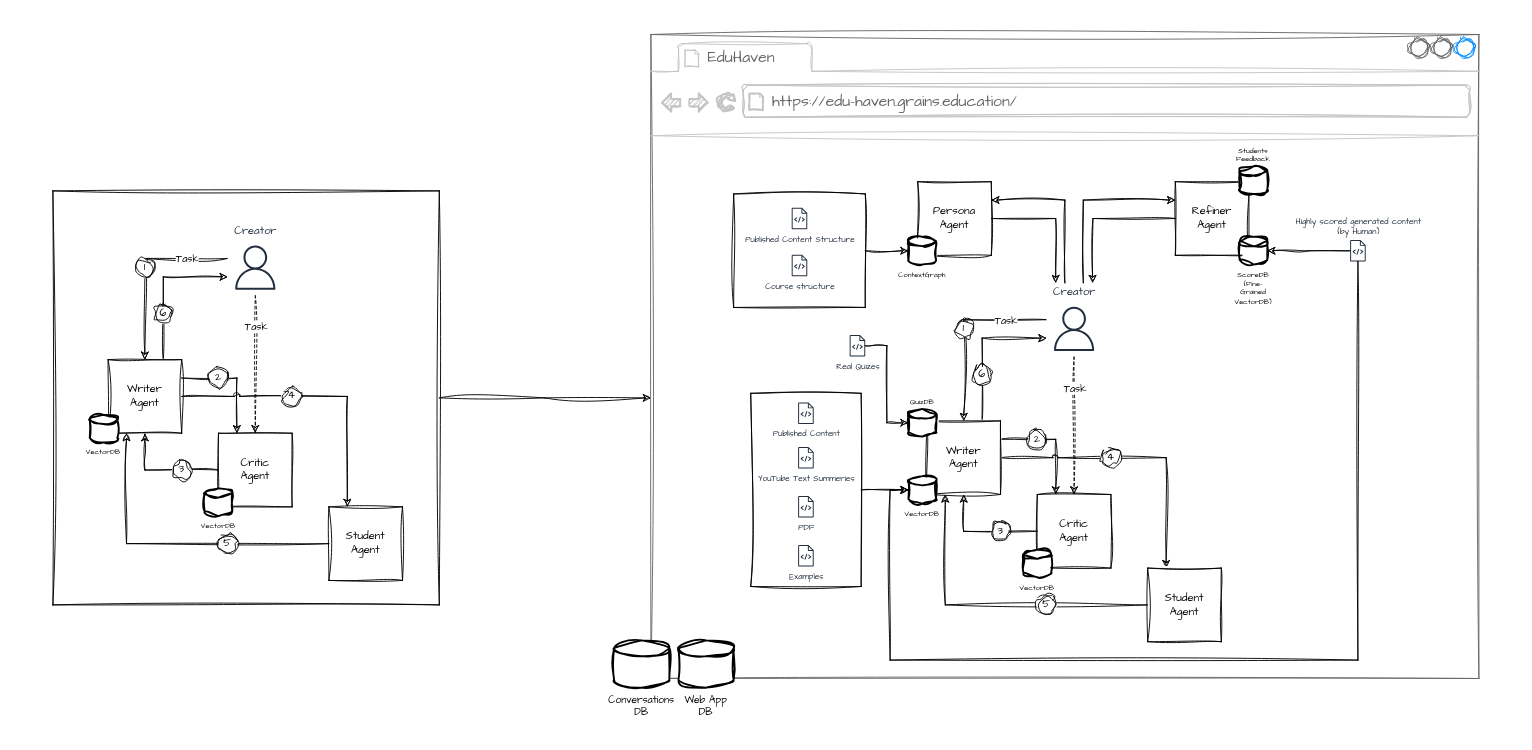
Above: docs/architecture.drawio in MI4People/grains (draw.io), before the change. Source tidied: cells renumbered, new cells numbered last; positions are measured from the earlier drawing's top-left corner, leaving out a move shared by most shapes. Both pictures are drawn from the tidied source at 92%, with x=0, y=0 at pixel (52, 34).
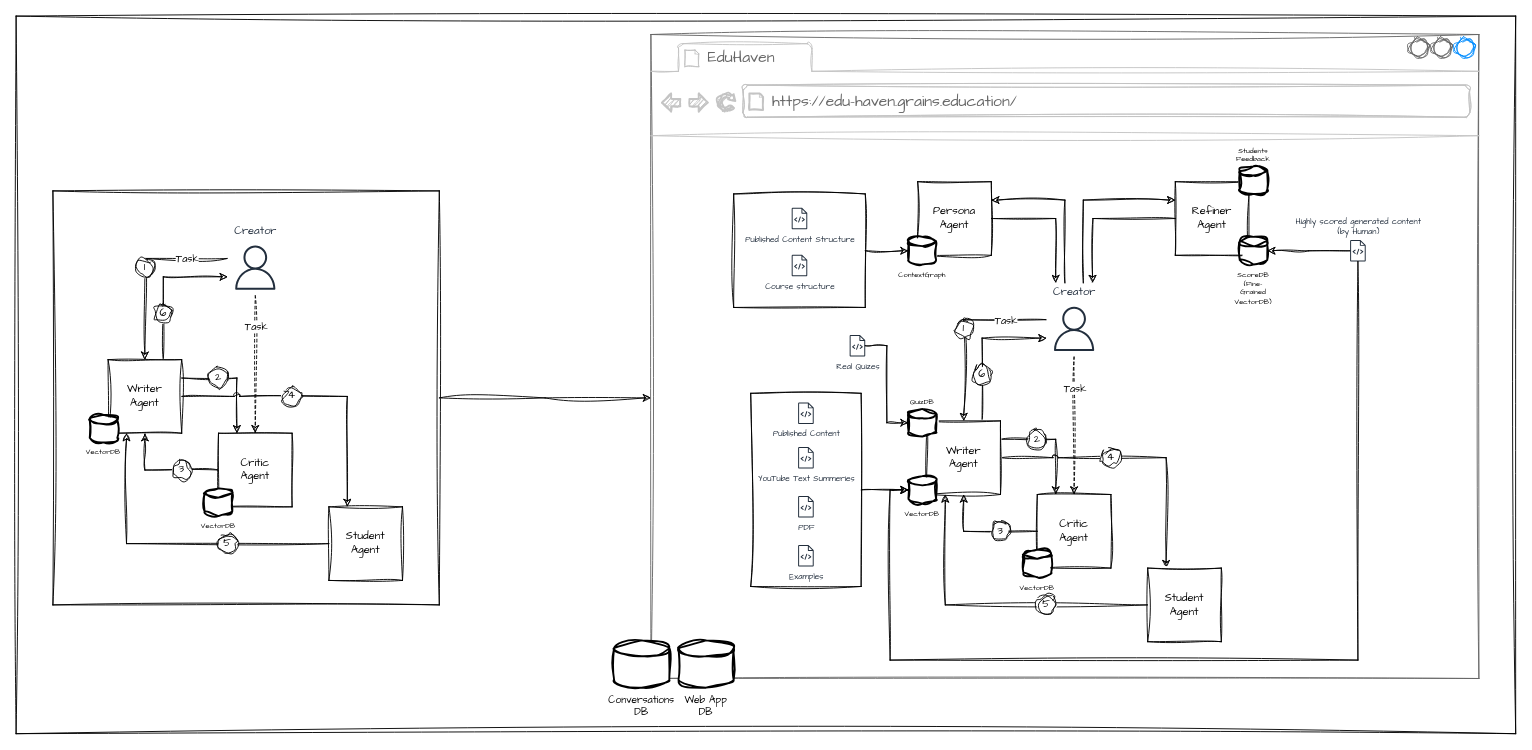
The same page after the edit.

Diff of the diagram source:
```diff
@@
+    <mxCell id="77" style="rounded=0;whiteSpace=wrap;html=1;sketch=1;hachureGap=4;jiggle=2;curveFitting=1;fontFamily=Architects Daughter;" parent="1" vertex="1">
+      <mxGeometry x="-40" y="-20" width="1630" height="780" as="geometry" />
+    </mxCell>
```
